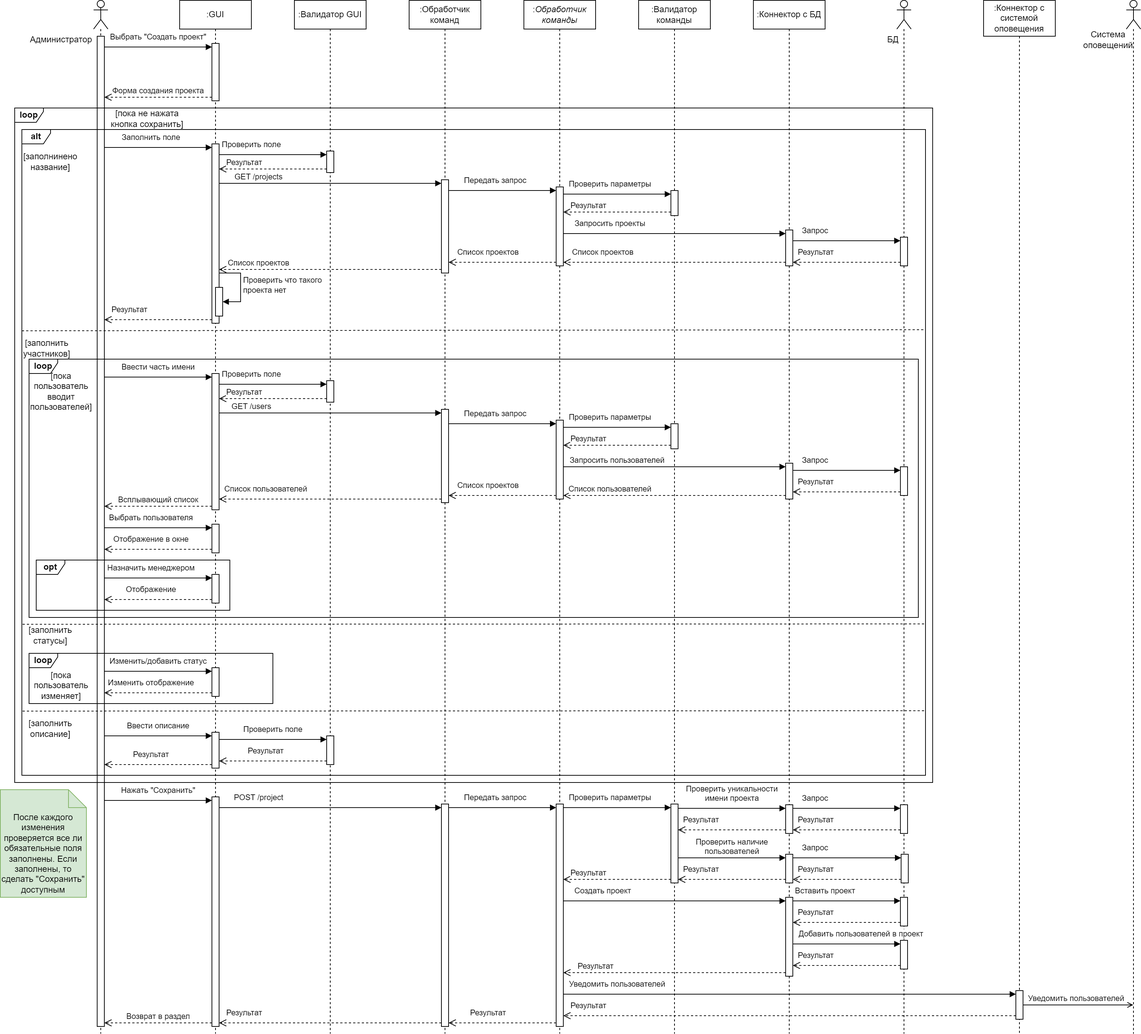
aVorotnikov/thunder_board keeps this draw.io diagram as docs/sequence/create_project.png. Above is the earlier version. Source tidied: cells renumbered, new cells last; positions are measured from the earlier drawing's top-left corner, leaving out a move shared by most shapes.
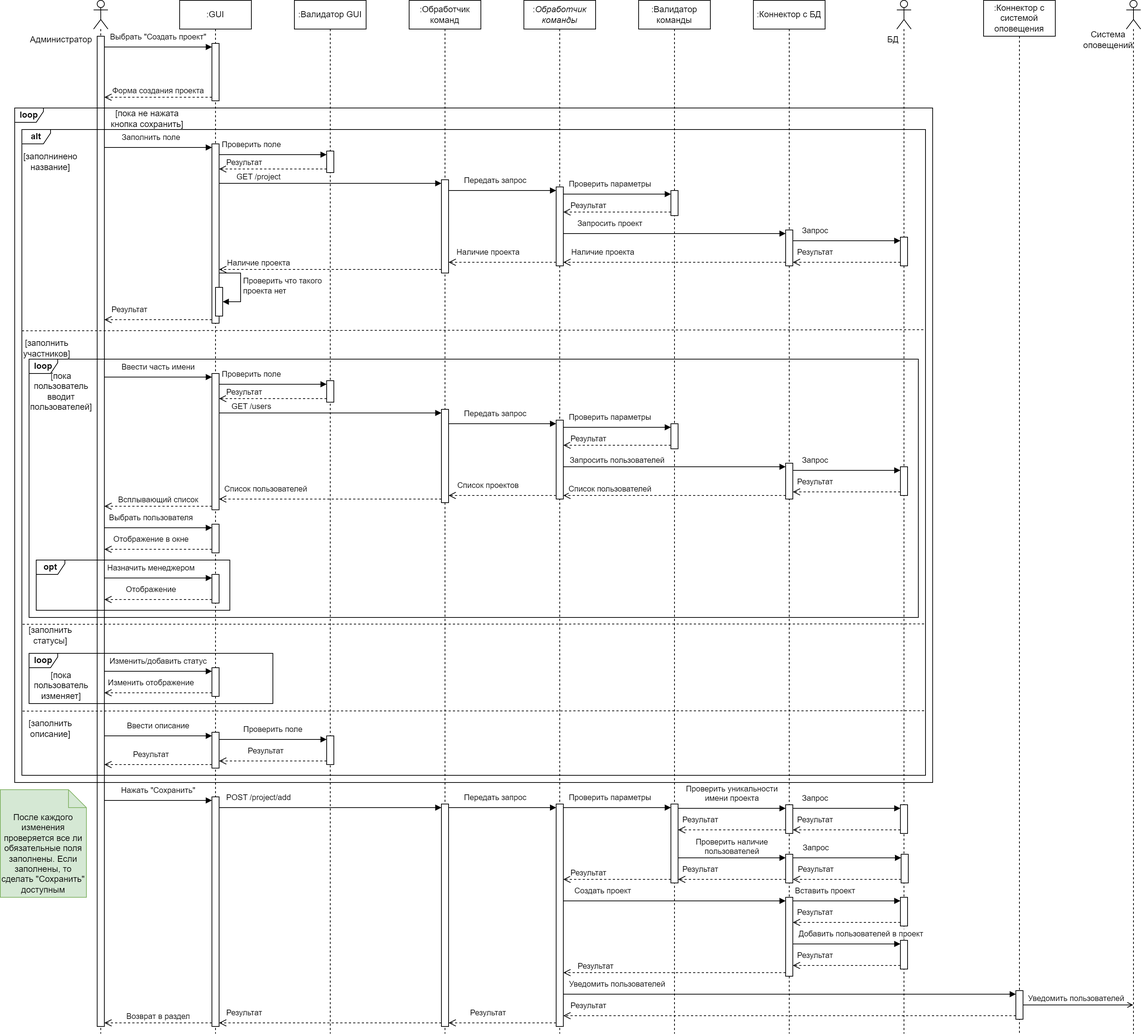
After the change.

The edit, as a diff of the source:
```diff
@@ -168,16 +168,16 @@
     <mxCell id="53" value="Система оповещений" style="text;html=1;align=center;verticalAlign=middle;whiteSpace=wrap;rounded=0;" parent="1" vertex="1">
       <mxGeometry x="1510" y="40" width="70" height="30" as="geometry" />
     </mxCell>
-    <mxCell id="54" value="GET /projects" style="html=1;verticalAlign=bottom;endArrow=block;curved=0;rounded=0;entryX=0;entryY=0;entryDx=0;entryDy=5;entryPerimeter=0;" parent="1" edge="1" source="67" target="29">
+    <mxCell id="54" value="GET /project" style="html=1;verticalAlign=bottom;endArrow=block;curved=0;rounded=0;entryX=0;entryY=0;entryDx=0;entryDy=5;entryPerimeter=0;" parent="1" edge="1" source="67" target="29">
       <mxGeometry x="-0.65" relative="1" as="geometry" />
     </mxCell>
-    <mxCell id="55" value="Список проектов" style="html=1;verticalAlign=bottom;endArrow=open;dashed=1;endSize=8;curved=0;rounded=0;exitX=0;exitY=1;exitDx=0;exitDy=-5;exitPerimeter=0;" parent="1" edge="1" source="29" target="67">
+    <mxCell id="55" value="Наличие проекта" style="html=1;verticalAlign=bottom;endArrow=open;dashed=1;endSize=8;curved=0;rounded=0;exitX=0;exitY=1;exitDx=0;exitDy=-5;exitPerimeter=0;" parent="1" edge="1" source="29" target="67">
       <mxGeometry x="0.65" relative="1" as="geometry" />
     </mxCell>
     <mxCell id="56" value="Передать запрос" style="html=1;verticalAlign=bottom;endArrow=block;curved=0;rounded=0;entryX=0;entryY=0;entryDx=0;entryDy=5;entryPerimeter=0;" parent="1" edge="1" source="29" target="33">
       <mxGeometry x="-0.13" y="5" relative="1" as="geometry" />
     </mxCell>
-    <mxCell id="57" value="Список проектов" style="html=1;verticalAlign=bottom;endArrow=open;dashed=1;endSize=8;curved=0;rounded=0;exitX=0;exitY=1;exitDx=0;exitDy=-5;exitPerimeter=0;" parent="1" edge="1" source="33" target="29">
+    <mxCell id="57" value="Наличие проекта" style="html=1;verticalAlign=bottom;endArrow=open;dashed=1;endSize=8;curved=0;rounded=0;exitX=0;exitY=1;exitDx=0;exitDy=-5;exitPerimeter=0;" parent="1" edge="1" source="33" target="29">
       <mxGeometry x="0.27" y="-5" relative="1" as="geometry" />
     </mxCell>
     <mxCell id="58" value=":Валидатор команды" style="shape=umlLifeline;perimeter=lifelinePerimeter;whiteSpace=wrap;html=1;newEdgeStyle={&quot;curved&quot;:0,&quot;rounded&quot;:0};" parent="1" vertex="1">
@@ -195,10 +195,10 @@
     <mxCell id="62" value="Результат" style="html=1;verticalAlign=bottom;endArrow=open;dashed=1;endSize=8;curved=0;rounded=0;exitX=0;exitY=1;exitDx=0;exitDy=-5;exitPerimeter=0;" parent="1" edge="1" source="59" target="33">
       <mxGeometry x="0.53" relative="1" as="geometry" />
     </mxCell>
-    <mxCell id="63" value="Запросить проекты" style="html=1;verticalAlign=bottom;endArrow=block;curved=0;rounded=0;entryX=0;entryY=0;entryDx=0;entryDy=5;entryPerimeter=0;" parent="1" edge="1" source="33" target="37">
+    <mxCell id="63" value="Запросить проект" style="html=1;verticalAlign=bottom;endArrow=block;curved=0;rounded=0;entryX=0;entryY=0;entryDx=0;entryDy=5;entryPerimeter=0;" parent="1" edge="1" source="33" target="37">
       <mxGeometry x="-0.58" y="5" relative="1" as="geometry" />
     </mxCell>
-    <mxCell id="64" value="Список проектов" style="html=1;verticalAlign=bottom;endArrow=open;dashed=1;endSize=8;curved=0;rounded=0;exitX=0;exitY=1;exitDx=0;exitDy=-5;exitPerimeter=0;" parent="1" edge="1" source="37" target="33">
+    <mxCell id="64" value="Наличие проекта" style="html=1;verticalAlign=bottom;endArrow=open;dashed=1;endSize=8;curved=0;rounded=0;exitX=0;exitY=1;exitDx=0;exitDy=-5;exitPerimeter=0;" parent="1" edge="1" source="37" target="33">
       <mxGeometry x="0.65" y="-5" relative="1" as="geometry" />
     </mxCell>
     <mxCell id="65" value="Запрос" style="html=1;verticalAlign=bottom;endArrow=block;curved=0;rounded=0;entryX=0;entryY=0;entryDx=0;entryDy=5;entryPerimeter=0;" parent="1" edge="1" source="37" target="42">
@@ -350,7 +350,7 @@
     <mxCell id="109" value="Возврат в раздел" style="html=1;verticalAlign=bottom;endArrow=open;dashed=1;endSize=8;curved=0;rounded=0;exitX=0;exitY=1;exitDx=0;exitDy=-5;exitPerimeter=0;" parent="1" edge="1" source="15" target="3">
       <mxGeometry relative="1" as="geometry" />
     </mxCell>
-    <mxCell id="110" value="POST /project" style="html=1;verticalAlign=bottom;endArrow=block;curved=0;rounded=0;entryX=0;entryY=0;entryDx=0;entryDy=5;entryPerimeter=0;" parent="1" edge="1" source="15" target="31">
+    <mxCell id="110" value="POST /project/add" style="html=1;verticalAlign=bottom;endArrow=block;curved=0;rounded=0;entryX=0;entryY=0;entryDx=0;entryDy=5;entryPerimeter=0;" parent="1" edge="1" source="15" target="31">
       <mxGeometry x="-0.65" y="5" relative="1" as="geometry" />
     </mxCell>
     <mxCell id="111" value="Результат" style="html=1;verticalAlign=bottom;endArrow=open;dashed=1;endSize=8;curved=0;rounded=0;exitX=0;exitY=1;exitDx=0;exitDy=-5;exitPerimeter=0;" parent="1" edge="1" source="31" target="15">
```
